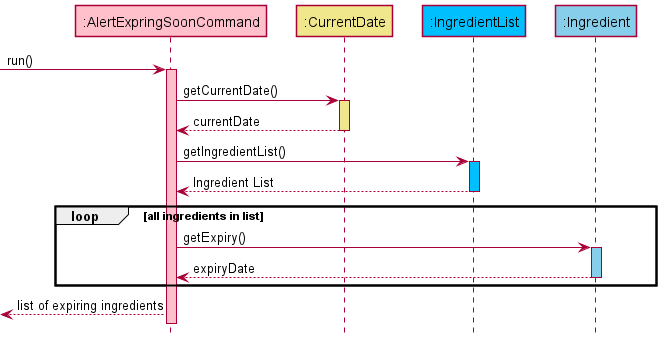
This is docs/images/AlertExpirySequenceDiagram.png from nus-cs2113-AY2122S1/tp, a PlantUML export, as it was before one commit. Its diagram source:
```plantuml
@startuml
!include style.puml

Participant ":AlertExpringSoonCommand" as alert_exp COMMAND_COLOUR_S1
Participant ":CurrentDate" as date DATE_COLOUR
Participant ":IngredientList" as list INGREDIENTLIST_COLOUR
Participant ":Ingredient" as ing INGREDIENT_COLOUR

-> alert_exp : run()
activate alert_exp COMMAND_COLOUR_S1

alert_exp -> date : getCurrentDate()
activate date DATE_COLOUR

date --> alert_exp : currentDate
deactivate date

alert_exp -> list : getIngredientList()
activate list INGREDIENTLIST_COLOUR

list --> alert_exp : Ingredient List
deactivate list

loop all ingredients in list
    alert_exp -> ing : getExpiry()
    activate ing INGREDIENT_COLOUR
    ing --> alert_exp : expiryDate
    deactivate ing
end

<-- alert_exp : list of expiring ingredients








@enduml
```
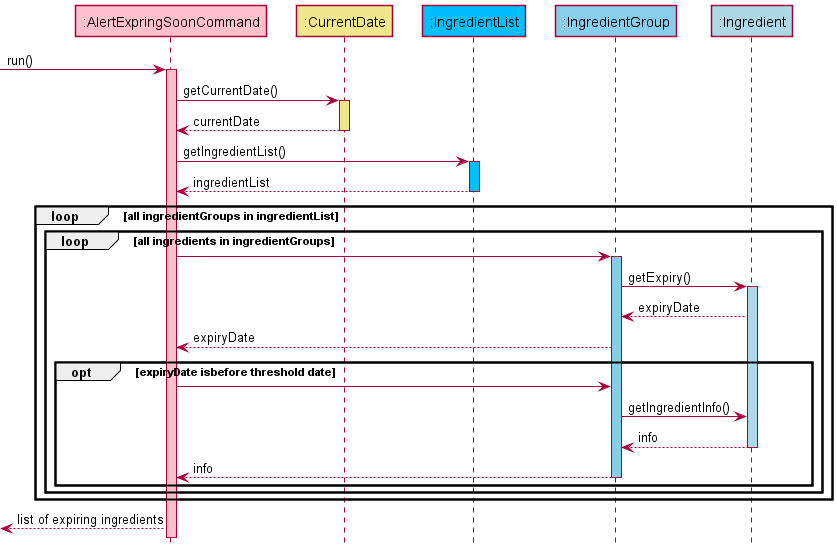
The same file after the commit.

The edit, as a diff of the source:
```diff
@@ -3,7 +3,8 @@
 
 Participant ":AlertExpringSoonCommand" as alert_exp COMMAND_COLOUR_S1
 Participant ":CurrentDate" as date DATE_COLOUR
-Participant ":IngredientList" as list INGREDIENTLIST_COLOUR
+Participant ":IngredientList" as ing_list INGREDIENTLIST_COLOUR
+Participant ":IngredientGroup" as ing_group INGREDIENTGROUP_COLOUR
 Participant ":Ingredient" as ing INGREDIENT_COLOUR
 
 -> alert_exp : run()
@@ -15,17 +16,30 @@
 date --> alert_exp : currentDate
 deactivate date
 
-alert_exp -> list : getIngredientList()
-activate list INGREDIENTLIST_COLOUR
+alert_exp -> ing_list : getIngredientList()
+activate ing_list INGREDIENTLIST_COLOUR
 
-list --> alert_exp : Ingredient List
-deactivate list
+ing_list --> alert_exp : ingredientList
+deactivate ing_list
 
-loop all ingredients in list
-    alert_exp -> ing : getExpiry()
-    activate ing INGREDIENT_COLOUR
-    ing --> alert_exp : expiryDate
-    deactivate ing
+loop all ingredientGroups in ingredientList
+    loop all ingredients in ingredientGroups
+    alert_exp -> ing_group
+        activate ing_group INGREDIENTGROUP_COLOUR
+        ing_group -> ing : getExpiry()
+        activate ing INGREDIENT_COLOUR
+        ing --> ing_group : expiryDate
+
+        ing_group --> alert_exp: expiryDate
+        opt expiryDate isbefore threshold date
+            alert_exp -> ing_group
+            ing_group -> ing: getIngredientInfo()
+            ing --> ing_group: info
+            deactivate ing
+            ing_group --> alert_exp: info
+            deactivate ing_group
+        end
+    end
 end
 
 <-- alert_exp : list of expiring ingredients
```
